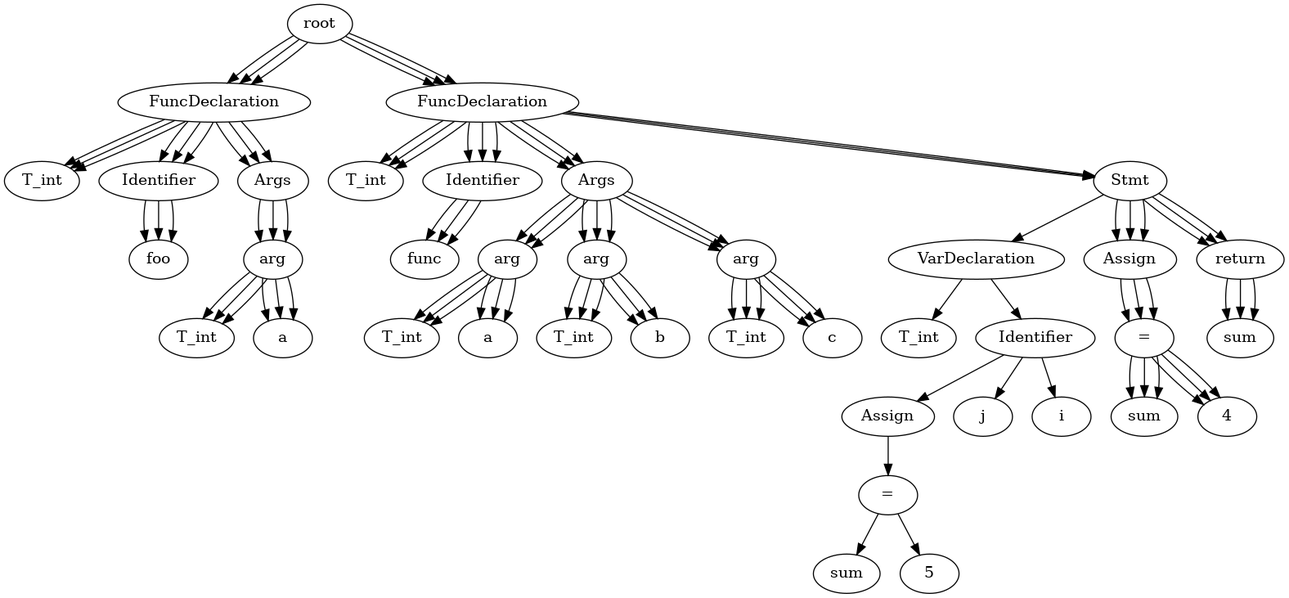
Above: test.gv.png in Jstar49/starCC (Graphviz), before the change. Its source is kept beside it as test.gv.
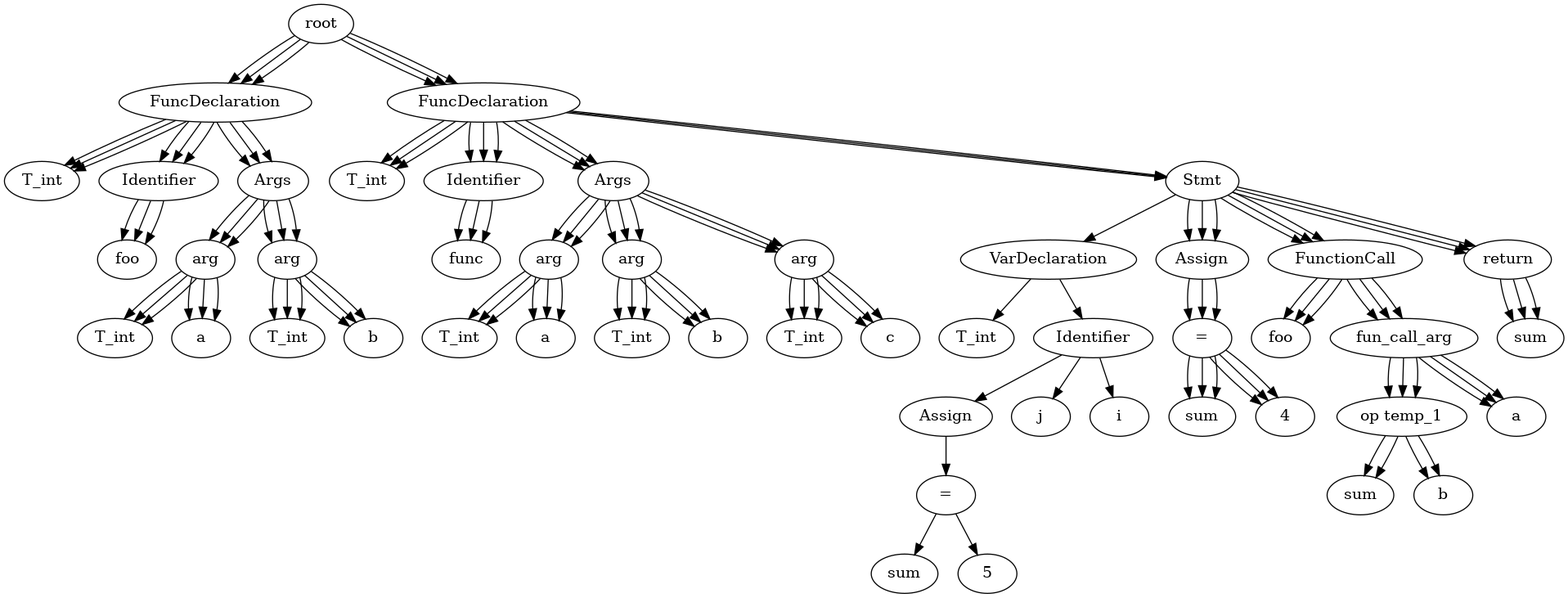
Later version of the same file.

Change to the diagram source:
```diff
@@ -16,66 +16,86 @@
 	5 -> 6
 	7 [label=a]
 	5 -> 7
-	8 [label=FuncDeclaration]
-	None -> 8
+	8 [label=arg]
+	4 -> 8
 	9 [label=T_int]
 	8 -> 9
-	10 [label=Identifier]
+	10 [label=b]
 	8 -> 10
-	11 [label=func]
-	10 -> 11
-	12 [label=Args]
-	8 -> 12
-	13 [label=arg]
-	12 -> 13
-	14 [label=T_int]
+	11 [label=FuncDeclaration]
+	None -> 11
+	12 [label=T_int]
+	11 -> 12
+	13 [label=Identifier]
+	11 -> 13
+	14 [label=func]
 	13 -> 14
-	15 [label=a]
-	13 -> 15
+	15 [label=Args]
+	11 -> 15
 	16 [label=arg]
-	12 -> 16
+	15 -> 16
 	17 [label=T_int]
 	16 -> 17
-	18 [label=b]
+	18 [label=a]
 	16 -> 18
 	19 [label=arg]
-	12 -> 19
+	15 -> 19
 	20 [label=T_int]
 	19 -> 20
-	21 [label=c]
+	21 [label=b]
 	19 -> 21
-	22 [label=Stmt]
-	8 -> 22
-	23 [label=VarDeclaration]
+	22 [label=arg]
+	15 -> 22
+	23 [label=T_int]
 	22 -> 23
-	24 [label=T_int]
-	23 -> 24
-	25 [label=Identifier]
-	23 -> 25
-	26 [label=Assign]
+	24 [label=c]
+	22 -> 24
+	25 [label=Stmt]
+	11 -> 25
+	26 [label=VarDeclaration]
 	25 -> 26
-	28 [label="="]
+	27 [label=T_int]
+	26 -> 27
+	28 [label=Identifier]
 	26 -> 28
-	27 [label=sum]
-	28 -> 27
-	29 [label=5]
+	29 [label=Assign]
 	28 -> 29
-	30 [label=j]
-	25 -> 30
-	31 [label=i]
-	25 -> 31
-	32 [label=Assign]
-	22 -> 32
-	34 [label="="]
-	32 -> 34
-	33 [label=sum]
-	34 -> 33
-	35 [label=4]
-	34 -> 35
-	36 [label=return]
-	22 -> 36
-	37 [label=sum]
-	36 -> 37
+	31 [label="="]
+	29 -> 31
+	30 [label=sum]
+	31 -> 30
+	32 [label=5]
+	31 -> 32
+	33 [label=j]
+	28 -> 33
+	34 [label=i]
+	28 -> 34
+	35 [label=Assign]
+	25 -> 35
+	37 [label="="]
+	35 -> 37
+	36 [label=sum]
+	37 -> 36
+	38 [label=4]
+	37 -> 38
+	39 [label=FunctionCall]
+	25 -> 39
+	40 [label=foo]
+	39 -> 40
+	41 [label=fun_call_arg]
+	39 -> 41
+	43 [label="+"]
+	41 -> 43
+	42 [label=sum]
+	43 -> 42
+	44 [label=b]
+	43 -> 44
+	45 [label=a]
+	41 -> 45
+	46 [label=return]
+	25 -> 46
+	47 [label=sum]
+	46 -> 47
 	None [label=root]
 	0 [label=FuncDeclaration]
 	None -> 0
@@ -93,48 +113,68 @@
 	5 -> 6
 	7 [label=a]
 	5 -> 7
-	8 [label=FuncDeclaration]
-	None -> 8
+	8 [label=arg]
+	4 -> 8
 	9 [label=T_int]
 	8 -> 9
-	10 [label=Identifier]
+	10 [label=b]
 	8 -> 10
-	11 [label=func]
-	10 -> 11
-	12 [label=Args]
-	8 -> 12
-	13 [label=arg]
-	12 -> 13
-	14 [label=T_int]
+	11 [label=FuncDeclaration]
+	None -> 11
+	12 [label=T_int]
+	11 -> 12
+	13 [label=Identifier]
+	11 -> 13
+	14 [label=func]
 	13 -> 14
-	15 [label=a]
-	13 -> 15
+	15 [label=Args]
+	11 -> 15
 	16 [label=arg]
-	12 -> 16
+	15 -> 16
 	17 [label=T_int]
 	16 -> 17
-	18 [label=b]
+	18 [label=a]
 	16 -> 18
 	19 [label=arg]
-	12 -> 19
+	15 -> 19
 	20 [label=T_int]
 	19 -> 20
-	21 [label=c]
+	21 [label=b]
 	19 -> 21
-	22 [label=Stmt]
-	8 -> 22
-	32 [label=Assign]
-	22 -> 32
-	34 [label="="]
-	32 -> 34
-	33 [label=sum]
-	34 -> 33
-	35 [label=4]
-	34 -> 35
-	36 [label=return]
-	22 -> 36
-	37 [label=sum]
-	36 -> 37
+	22 [label=arg]
+	15 -> 22
+	23 [label=T_int]
+	22 -> 23
+	24 [label=c]
+	22 -> 24
+	25 [label=Stmt]
+	11 -> 25
+	35 [label=Assign]
+	25 -> 35
+	37 [label="="]
+	35 -> 37
+	36 [label=sum]
+	37 -> 36
+	38 [label=4]
+	37 -> 38
+	39 [label=FunctionCall]
+	25 -> 39
+	40 [label=foo]
+	39 -> 40
+	41 [label=fun_call_arg]
+	39 -> 41
+	43 [label="+"]
+	41 -> 43
+	42 [label=sum]
+	43 -> 42
+	44 [label=b]
+	43 -> 44
+	45 [label=a]
+	41 -> 45
+	46 [label=return]
+	25 -> 46
+	47 [label=sum]
+	46 -> 47
 	None [label=root]
 	0 [label=FuncDeclaration]
 	None -> 0
@@ -152,46 +192,62 @@
 	5 -> 6
 	7 [label=a]
 	5 -> 7
-	8 [label=FuncDeclaration]
-	None -> 8
+	8 [label=arg]
+	4 -> 8
 	9 [label=T_int]
 	8 -> 9
-	10 [label=Identifier]
+	10 [label=b]
 	8 -> 10
-	11 [label=func]
-	10 -> 11
-	12 [label=Args]
-	8 -> 12
-	13 [label=arg]
-	12 -> 13
-	14 [label=T_int]
+	11 [label=FuncDeclaration]
+	None -> 11
+	12 [label=T_int]
+	11 -> 12
+	13 [label=Identifier]
+	11 -> 13
+	14 [label=func]
 	13 -> 14
-	15 [label=a]
-	13 -> 15
+	15 [label=Args]
+	11 -> 15
 	16 [label=arg]
-	12 -> 16
+	15 -> 16
 	17 [label=T_int]
 	16 -> 17
-	18 [label=b]
+	18 [label=a]
 	16 -> 18
 	19 [label=arg]
-	12 -> 19
+	15 -> 19
 	20 [label=T_int]
 	19 -> 20
-	21 [label=c]
+	21 [label=b]
 	19 -> 21
-	22 [label=Stmt]
-	8 -> 22
-	32 [label=Assign]
-	22 -> 32
-	34 [label="="]
-	32 -> 34
-	33 [label=sum]
-	34 -> 33
-	35 [label=4]
-	34 -> 35
-	36 [label=return]
-	22 -> 36
-	37 [label=sum]
-	36 -> 37
+	22 [label=arg]
+	15 -> 22
+	23 [label=T_int]
+	22 -> 23
+	24 [label=c]
+	22 -> 24
+	25 [label=Stmt]
+	11 -> 25
+	35 [label=Assign]
+	25 -> 35
+	37 [label="="]
+	35 -> 37
+	36 [label=sum]
+	37 -> 36
+	38 [label=4]
+	37 -> 38
+	39 [label=FunctionCall]
+	25 -> 39
+	40 [label=foo]
+	39 -> 40
+	41 [label=fun_call_arg]
+	39 -> 41
+	43 [label="op temp_1"]
+	41 -> 43
+	45 [label=a]
+	41 -> 45
+	46 [label=return]
+	25 -> 46
+	47 [label=sum]
+	46 -> 47
 }
```
